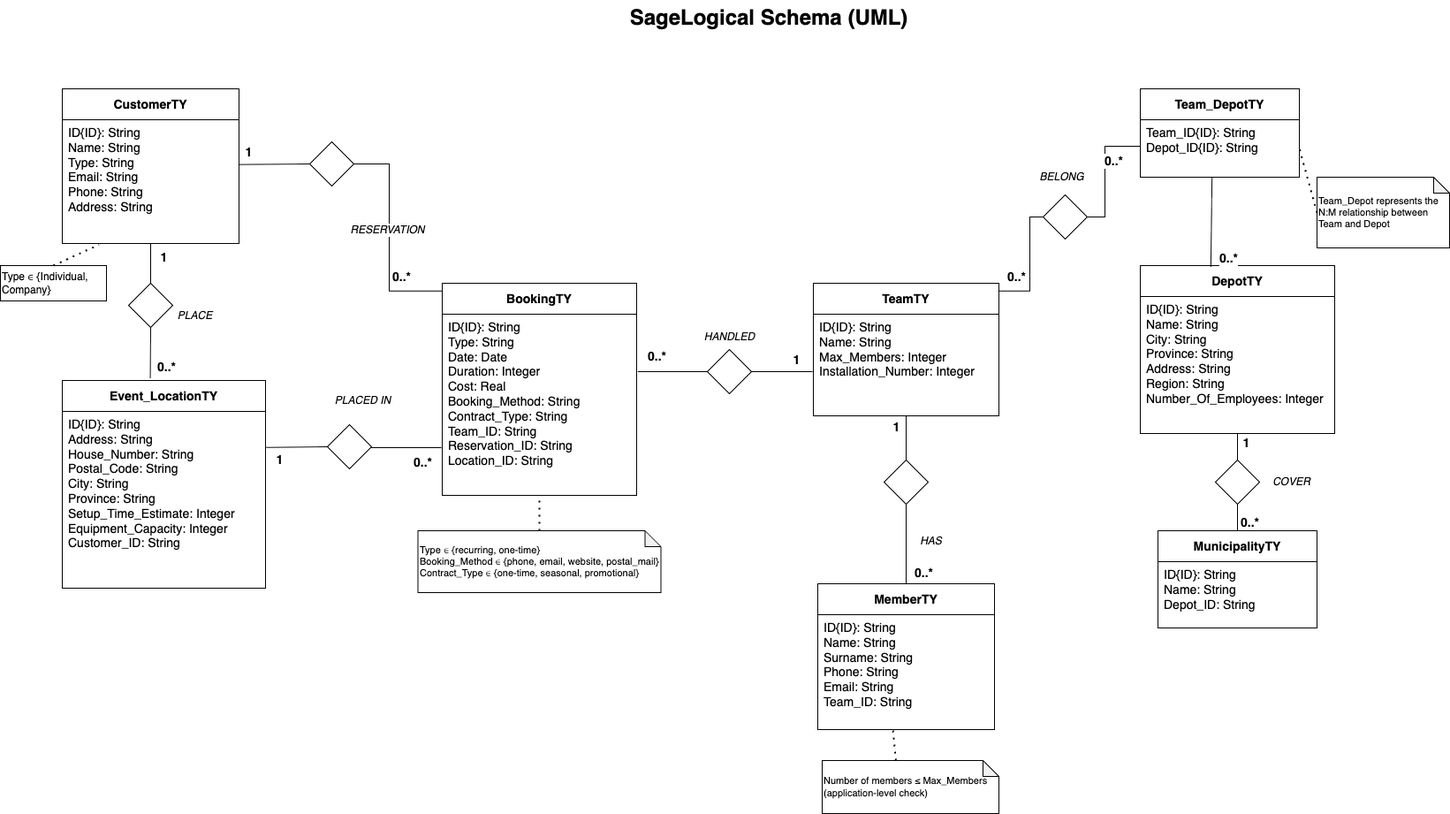
The draw.io diagram Exam/Documentation/images/logic_model_uml.png in FValerio96/DB_system, before a commit. Source tidied: cells renumbered, new cells last; positions are measured from the earlier drawing's top-left corner, leaving out a move shared by most shapes.
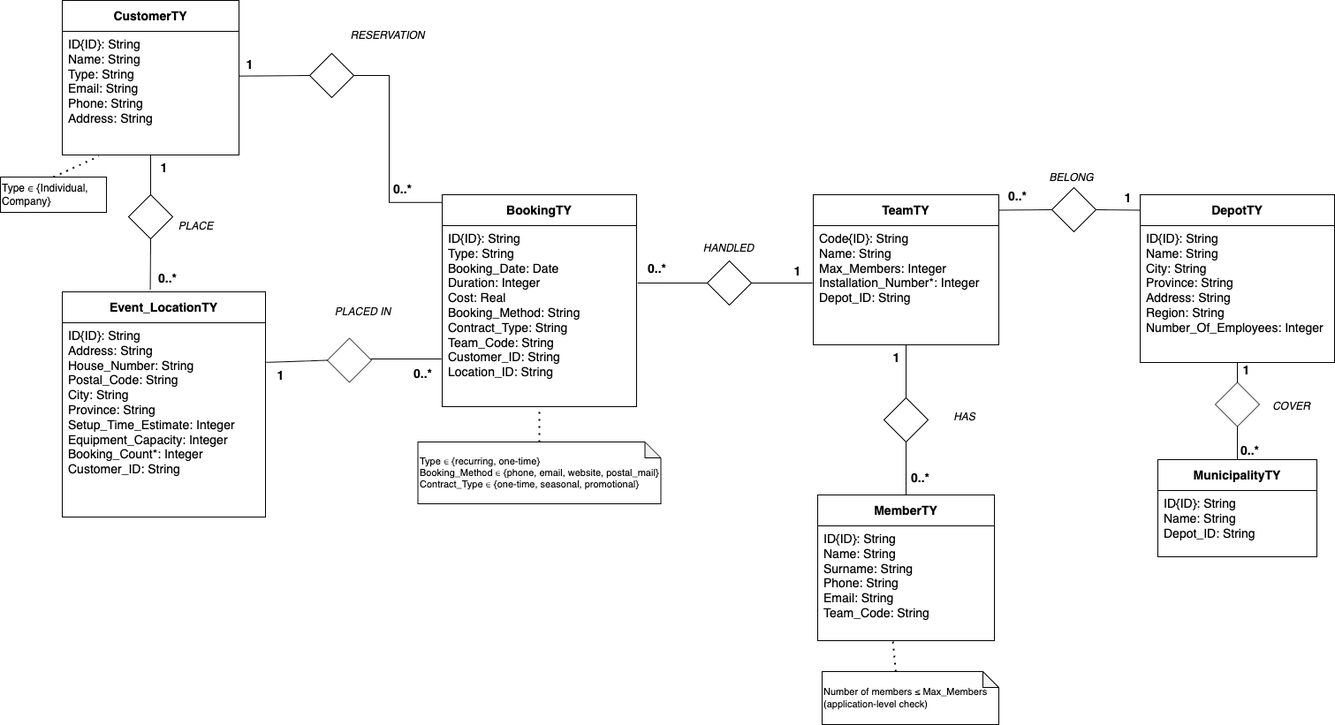
After the commit.

The edit, as a diff of the source:
```diff
@@ -2,9 +2,6 @@
   <root>
     <mxCell id="0" />
     <mxCell id="1" parent="0" />
-    <mxCell id="2" value="SageLogical Schema (UML)" style="text;html=1;strokeColor=none;fillColor=none;align=center;verticalAlign=middle;whiteSpace=wrap;rounded=0;fontSize=24;fontStyle=1;" parent="1" vertex="1">
-      <mxGeometry x="570" width="600" height="40" as="geometry" />
-    </mxCell>
     <mxCell id="3" style="group;" parent="1" vertex="1">
       <mxGeometry x="70" y="100" width="200" height="175" as="geometry" />
     </mxCell>
@@ -15,13 +12,13 @@
       <mxGeometry y="35" width="200" height="140" as="geometry" />
     </mxCell>
     <mxCell id="6" style="group;" parent="1" vertex="1">
-      <mxGeometry x="70" y="430" width="230" height="235" as="geometry" />
+      <mxGeometry x="70" y="430" width="230" height="255" as="geometry" />
     </mxCell>
     <mxCell id="7" value="Event_LocationTY" style="rounded=0;whiteSpace=wrap;html=1;fontSize=14;fontStyle=1;" parent="6" vertex="1">
       <mxGeometry width="230" height="35" as="geometry" />
     </mxCell>
-    <mxCell id="8" value="ID{ID}: String&lt;div&gt;Address: String&lt;/div&gt;&lt;div&gt;House_Number: String&lt;/div&gt;&lt;div&gt;Postal_Code: String&lt;/div&gt;&lt;div&gt;City: String&lt;/div&gt;&lt;div&gt;Province: String&lt;/div&gt;&lt;div&gt;Setup_Time_Estimate: Integer&lt;/div&gt;&lt;div&gt;Equipment_Capacity: Integer&lt;/div&gt;&lt;div&gt;Customer_ID: String&lt;/div&gt;" style="rounded=0;whiteSpace=wrap;html=1;fontSize=14;align=left;verticalAlign=top;spacingLeft=5;" parent="6" vertex="1">
-      <mxGeometry y="35" width="230" height="200" as="geometry" />
+    <mxCell id="8" value="ID{ID}: String&lt;div&gt;Address: String&lt;/div&gt;&lt;div&gt;House_Number: String&lt;/div&gt;&lt;div&gt;Postal_Code: String&lt;/div&gt;&lt;div&gt;City: String&lt;/div&gt;&lt;div&gt;Province: String&lt;/div&gt;&lt;div&gt;Setup_Time_Estimate: Integer&lt;/div&gt;&lt;div&gt;Equipment_Capacity: Integer&lt;/div&gt;&lt;div&gt;Booking_Count*: Integer&lt;/div&gt;&lt;div&gt;Customer_ID: String&lt;/div&gt;" style="rounded=0;whiteSpace=wrap;html=1;fontSize=14;align=left;verticalAlign=top;spacingLeft=5;" parent="6" vertex="1">
+      <mxGeometry y="35" width="230" height="220" as="geometry" />
     </mxCell>
     <mxCell id="9" style="group;" parent="1" vertex="1">
       <mxGeometry x="500" y="320" width="220" height="240" as="geometry" />
@@ -29,17 +26,17 @@
     <mxCell id="10" value="BookingTY" style="rounded=0;whiteSpace=wrap;html=1;fontSize=14;fontStyle=1;" parent="9" vertex="1">
       <mxGeometry width="220" height="35" as="geometry" />
     </mxCell>
-    <mxCell id="11" value="ID{ID}: String&lt;div&gt;Type: String&lt;/div&gt;&lt;div&gt;Date: Date&lt;/div&gt;&lt;div&gt;Duration: Integer&lt;/div&gt;&lt;div&gt;Cost: Real&lt;/div&gt;&lt;div&gt;Booking_Method: String&lt;/div&gt;&lt;div&gt;Contract_Type: String&lt;/div&gt;&lt;div&gt;Team_ID: String&lt;/div&gt;&lt;div&gt;Reservation_ID: String&lt;/div&gt;&lt;div&gt;Location_ID: String&lt;/div&gt;" style="rounded=0;whiteSpace=wrap;html=1;fontSize=14;align=left;verticalAlign=top;spacingLeft=5;" parent="9" vertex="1">
+    <mxCell id="11" value="ID{ID}: String&lt;div&gt;Type: String&lt;/div&gt;&lt;div&gt;Booking_Date: Date&lt;/div&gt;&lt;div&gt;Duration: Integer&lt;/div&gt;&lt;div&gt;Cost: Real&lt;/div&gt;&lt;div&gt;Booking_Method: String&lt;/div&gt;&lt;div&gt;Contract_Type: String&lt;/div&gt;&lt;div&gt;Team_Code: String&lt;/div&gt;&lt;div&gt;Customer_ID: String&lt;/div&gt;&lt;div&gt;Location_ID: String&lt;/div&gt;" style="rounded=0;whiteSpace=wrap;html=1;fontSize=14;align=left;verticalAlign=top;spacingLeft=5;" parent="9" vertex="1">
       <mxGeometry y="35" width="220" height="205" as="geometry" />
     </mxCell>
     <mxCell id="12" style="group;" parent="1" vertex="1">
-      <mxGeometry x="920" y="320" width="210" height="150" as="geometry" />
+      <mxGeometry x="920" y="320" width="210" height="170" as="geometry" />
     </mxCell>
     <mxCell id="13" value="TeamTY" style="rounded=0;whiteSpace=wrap;html=1;fontSize=14;fontStyle=1;" parent="12" vertex="1">
       <mxGeometry width="210" height="35" as="geometry" />
     </mxCell>
-    <mxCell id="14" value="ID{ID}: String&lt;div&gt;Name: String&lt;/div&gt;&lt;div&gt;Max_Members: Integer&lt;/div&gt;&lt;div&gt;Installation_Number: Integer&lt;/div&gt;" style="rounded=0;whiteSpace=wrap;html=1;fontSize=14;align=left;verticalAlign=top;spacingLeft=5;" parent="12" vertex="1">
-      <mxGeometry y="35" width="210" height="115" as="geometry" />
+    <mxCell id="14" value="Code{ID}: String&lt;div&gt;Name: String&lt;/div&gt;&lt;div&gt;Max_Members: Integer&lt;/div&gt;&lt;div&gt;Installation_Number*: Integer&lt;/div&gt;&lt;div&gt;Depot_ID: String&lt;/div&gt;" style="rounded=0;whiteSpace=wrap;html=1;fontSize=14;align=left;verticalAlign=top;spacingLeft=5;" parent="12" vertex="1">
+      <mxGeometry y="35" width="210" height="135" as="geometry" />
     </mxCell>
     <mxCell id="15" style="group;" parent="1" vertex="1">
       <mxGeometry x="920" y="660" width="210" height="165" as="geometry" />
@@ -47,11 +44,11 @@
     <mxCell id="16" value="MemberTY" style="rounded=0;whiteSpace=wrap;html=1;fontSize=14;fontStyle=1;" parent="15" vertex="1">
       <mxGeometry x="5" width="200" height="35" as="geometry" />
     </mxCell>
-    <mxCell id="17" value="ID{ID}: String&lt;div&gt;Name: String&lt;/div&gt;&lt;div&gt;Surname: String&lt;/div&gt;&lt;div&gt;Phone: String&lt;/div&gt;&lt;div&gt;Email: String&lt;/div&gt;&lt;div&gt;Team_ID: String&lt;/div&gt;" style="rounded=0;whiteSpace=wrap;html=1;fontSize=14;align=left;verticalAlign=top;spacingLeft=5;" parent="15" vertex="1">
+    <mxCell id="17" value="ID{ID}: String&lt;div&gt;Name: String&lt;/div&gt;&lt;div&gt;Surname: String&lt;/div&gt;&lt;div&gt;Phone: String&lt;/div&gt;&lt;div&gt;Email: String&lt;/div&gt;&lt;div&gt;Team_Code: String&lt;/div&gt;" style="rounded=0;whiteSpace=wrap;html=1;fontSize=14;align=left;verticalAlign=top;spacingLeft=5;" parent="15" vertex="1">
       <mxGeometry x="5" y="35" width="200" height="130" as="geometry" />
     </mxCell>
     <mxCell id="18" style="group;" parent="1" vertex="1">
-      <mxGeometry x="1290" y="300" width="220" height="190" as="geometry" />
+      <mxGeometry x="1290" y="320" width="220" height="190" as="geometry" />
     </mxCell>
     <mxCell id="19" value="DepotTY" style="rounded=0;whiteSpace=wrap;html=1;fontSize=14;fontStyle=1;" parent="18" vertex="1">
       <mxGeometry width="220" height="35" as="geometry" />
@@ -60,7 +57,7 @@
       <mxGeometry y="35" width="220" height="155" as="geometry" />
     </mxCell>
     <mxCell id="21" style="group;" parent="1" vertex="1">
-      <mxGeometry x="1310" y="600" width="180" height="110" as="geometry" />
+      <mxGeometry x="1310" y="620" width="180" height="110" as="geometry" />
     </mxCell>
     <mxCell id="22" value="MunicipalityTY" style="rounded=0;whiteSpace=wrap;html=1;fontSize=14;fontStyle=1;" parent="21" vertex="1">
       <mxGeometry width="180" height="35" as="geometry" />
@@ -68,15 +65,6 @@
     <mxCell id="23" value="ID{ID}: String&lt;div&gt;Name: String&lt;/div&gt;&lt;div&gt;Depot_ID: String&lt;/div&gt;" style="rounded=0;whiteSpace=wrap;html=1;fontSize=14;align=left;verticalAlign=top;spacingLeft=5;" parent="21" vertex="1">
       <mxGeometry y="35" width="180" height="75" as="geometry" />
     </mxCell>
-    <mxCell id="24" style="group;" parent="1" vertex="1">
-      <mxGeometry x="1290" y="100" width="180" height="110" as="geometry" />
-    </mxCell>
-    <mxCell id="25" value="Team_DepotTY" style="rounded=0;whiteSpace=wrap;html=1;fontSize=14;fontStyle=1;" parent="24" vertex="1">
-      <mxGeometry width="180" height="35" as="geometry" />
-    </mxCell>
-    <mxCell id="26" value="Team_ID{ID}: String&lt;div&gt;Depot_ID{ID}: String&lt;/div&gt;" style="rounded=0;whiteSpace=wrap;html=1;fontSize=14;align=left;verticalAlign=top;spacingLeft=5;" parent="24" vertex="1">
-      <mxGeometry y="35" width="180" height="65" as="geometry" />
-    </mxCell>
     <mxCell id="27" style="rhombus;whiteSpace=wrap;html=1;fontSize=14;" parent="1" vertex="1">
       <mxGeometry x="145" y="320" width="50" height="50" as="geometry" />
     </mxCell>
@@ -127,11 +115,11 @@
     </mxCell>
     <mxCell id="38" value="RESERVATION" style="edgeLabel;html=1;align=center;verticalAlign=middle;fontSize=12;fontStyle=2;" parent="36" vertex="1">
       <mxGeometry x="0.1" y="2" relative="1" as="geometry">
-        <mxPoint x="-5" y="-20" as="offset" />
+        <mxPoint x="-5" y="-140" as="offset" />
       </mxGeometry>
     </mxCell>
     <mxCell id="39" style="rhombus;whiteSpace=wrap;html=1;fontSize=14;" parent="1" vertex="1">
-      <mxGeometry x="370" y="480" width="50" height="50" as="geometry" />
+      <mxGeometry x="370" y="482.5" width="50" height="50" as="geometry" />
     </mxCell>
     <mxCell id="40" style="endArrow=none;html=1;rounded=0;exitX=1.004;exitY=0.204;exitDx=0;exitDy=0;entryX=0;entryY=0.5;entryDx=0;entryDy=0;fontSize=14;exitPerimeter=0;" parent="1" edge="1" source="8" target="39">
       <mxGeometry relative="1" as="geometry" />
@@ -184,7 +172,7 @@
       </mxGeometry>
     </mxCell>
     <mxCell id="51" style="rhombus;whiteSpace=wrap;html=1;fontSize=14;" parent="1" vertex="1">
-      <mxGeometry x="1000" y="520" width="50" height="50" as="geometry" />
+      <mxGeometry x="1000" y="550" width="50" height="50" as="geometry" />
     </mxCell>
     <mxCell id="52" style="endArrow=none;html=1;rounded=0;exitX=0.5;exitY=1;exitDx=0;exitDy=0;entryX=0.5;entryY=0;entryDx=0;entryDy=0;fontSize=14;" parent="1" edge="1" source="14" target="51">
       <mxGeometry relative="1" as="geometry" />
@@ -199,57 +187,40 @@
     </mxCell>
     <mxCell id="55" value="0..*" style="edgeLabel;html=1;align=center;verticalAlign=middle;fontSize=14;fontStyle=1;" parent="54" vertex="1">
       <mxGeometry x="0.6" y="-1" relative="1" as="geometry">
-        <mxPoint x="20" y="5" as="offset" />
+        <mxPoint x="16" y="-8" as="offset" />
       </mxGeometry>
     </mxCell>
     <mxCell id="56" value="HAS" style="edgeLabel;html=1;align=center;verticalAlign=middle;fontSize=12;fontStyle=2;" parent="54" vertex="1">
       <mxGeometry x="-0.1" y="2" relative="1" as="geometry">
-        <mxPoint x="25" as="offset" />
+        <mxPoint x="63" y="-57" as="offset" />
       </mxGeometry>
     </mxCell>
     <mxCell id="57" style="rhombus;whiteSpace=wrap;html=1;fontSize=14;" parent="1" vertex="1">
-      <mxGeometry x="1180" y="220" width="50" height="50" as="geometry" />
+      <mxGeometry x="1190" y="312" width="50" height="50" as="geometry" />
     </mxCell>
-    <mxCell id="58" style="endArrow=none;html=1;rounded=0;exitX=1;exitY=0.25;exitDx=0;exitDy=0;entryX=0;entryY=0.5;entryDx=0;entryDy=0;fontSize=14;edgeStyle=orthogonalEdgeStyle;" parent="1" edge="1" source="13" target="57">
-      <mxGeometry relative="1" as="geometry">
-        <Array as="points">
-          <mxPoint x="1165" y="329" />
-        </Array>
-      </mxGeometry>
+    <mxCell id="58" style="endArrow=none;html=1;rounded=0;exitX=1;exitY=0.5;exitDx=0;exitDy=0;entryX=0;entryY=0.5;entryDx=0;entryDy=0;fontSize=14;" parent="1" edge="1" source="13" target="57">
+      <mxGeometry relative="1" as="geometry" />
     </mxCell>
     <mxCell id="59" value="0..*" style="edgeLabel;html=1;align=center;verticalAlign=middle;fontSize=14;fontStyle=1;" parent="58" vertex="1">
       <mxGeometry x="-0.6" y="1" relative="1" as="geometry">
-        <mxPoint x="-8" y="-15" as="offset" />
+        <mxPoint x="8" y="-15" as="offset" />
       </mxGeometry>
     </mxCell>
-    <mxCell id="60" style="endArrow=none;html=1;rounded=0;exitX=1;exitY=0.5;exitDx=0;exitDy=0;entryX=0;entryY=0.5;entryDx=0;entryDy=0;fontSize=14;edgeStyle=orthogonalEdgeStyle;" parent="1" edge="1" source="57" target="26">
-      <mxGeometry relative="1" as="geometry">
-        <Array as="points">
-          <mxPoint x="1250" y="245" />
-          <mxPoint x="1250" y="165" />
-        </Array>
-      </mxGeometry>
+    <mxCell id="60" style="endArrow=none;html=1;rounded=0;exitX=1;exitY=0.5;exitDx=0;exitDy=0;entryX=0;entryY=0.5;entryDx=0;entryDy=0;fontSize=14;" parent="1" edge="1" source="57" target="19">
+      <mxGeometry relative="1" as="geometry" />
     </mxCell>
-    <mxCell id="61" value="0..*" style="edgeLabel;html=1;align=center;verticalAlign=middle;fontSize=14;fontStyle=1;" parent="60" vertex="1">
+    <mxCell id="61" value="1" style="edgeLabel;html=1;align=center;verticalAlign=middle;fontSize=14;fontStyle=1;" parent="60" vertex="1">
       <mxGeometry x="0.6" y="-1" relative="1" as="geometry">
-        <mxPoint x="-5" y="15" as="offset" />
+        <mxPoint x="-5" y="-15" as="offset" />
       </mxGeometry>
     </mxCell>
     <mxCell id="62" value="BELONG" style="edgeLabel;html=1;align=center;verticalAlign=middle;fontSize=12;fontStyle=2;" parent="60" vertex="1">
       <mxGeometry y="1" relative="1" as="geometry">
-        <mxPoint x="-49" y="5" as="offset" />
+        <mxPoint x="-55" y="-36" as="offset" />
       </mxGeometry>
     </mxCell>
-    <mxCell id="63" style="endArrow=none;html=1;rounded=0;exitX=0.451;exitY=0.996;exitDx=0;exitDy=0;entryX=0.363;entryY=0.046;entryDx=0;entryDy=0;fontSize=14;entryPerimeter=0;exitPerimeter=0;" parent="1" edge="1" source="26" target="19">
-      <mxGeometry relative="1" as="geometry" />
-    </mxCell>
-    <mxCell id="64" value="0..*" style="edgeLabel;html=1;align=center;verticalAlign=middle;fontSize=14;fontStyle=1;" parent="63" vertex="1">
-      <mxGeometry x="0.6" y="-1" relative="1" as="geometry">
-        <mxPoint x="20" y="10" as="offset" />
-      </mxGeometry>
-    </mxCell>
     <mxCell id="65" style="rhombus;whiteSpace=wrap;html=1;fontSize=14;" parent="1" vertex="1">
-      <mxGeometry x="1375" y="520" width="50" height="50" as="geometry" />
+      <mxGeometry x="1375" y="532.5" width="50" height="50" as="geometry" />
     </mxCell>
     <mxCell id="66" style="endArrow=none;html=1;rounded=0;exitX=0.5;exitY=1;exitDx=0;exitDy=0;entryX=0.5;entryY=0;entryDx=0;entryDy=0;fontSize=14;" parent="1" edge="1" source="20" target="65">
       <mxGeometry relative="1" as="geometry" />
@@ -284,12 +255,6 @@
     <mxCell id="74" style="endArrow=none;dashed=1;html=1;dashPattern=1 3;strokeWidth=2;rounded=0;fontSize=14;exitX=0.5;exitY=0;exitDx=0;exitDy=0;exitPerimeter=0;entryX=0.5;entryY=1;entryDx=0;entryDy=0;" parent="1" edge="1" source="73" target="11">
       <mxGeometry relative="1" as="geometry" />
     </mxCell>
-    <mxCell id="75" value="Team_Depot represents the&lt;div&gt;N:M relationship between&lt;/div&gt;&lt;div&gt;Team and Depot&lt;/div&gt;" style="shape=note;whiteSpace=wrap;html=1;backgroundOutline=1;darkOpacity=0.05;fontSize=11;size=18;align=left;" parent="1" vertex="1">
-      <mxGeometry x="1490" y="200" width="150" height="80" as="geometry" />
-    </mxCell>
-    <mxCell id="76" style="endArrow=none;dashed=1;html=1;dashPattern=1 3;strokeWidth=2;rounded=0;fontSize=14;exitX=0;exitY=0.5;exitDx=0;exitDy=0;exitPerimeter=0;entryX=1;entryY=0.5;entryDx=0;entryDy=0;" parent="1" edge="1" source="75" target="26">
-      <mxGeometry relative="1" as="geometry" />
-    </mxCell>
     <mxCell id="77" value="Number of members ≤ Max_Members&lt;div&gt;(application-level check)&lt;/div&gt;" style="shape=note;whiteSpace=wrap;html=1;backgroundOutline=1;darkOpacity=0.05;fontSize=11;size=18;align=left;" parent="1" vertex="1">
       <mxGeometry x="930" y="860" width="200" height="60" as="geometry" />
     </mxCell>
```
